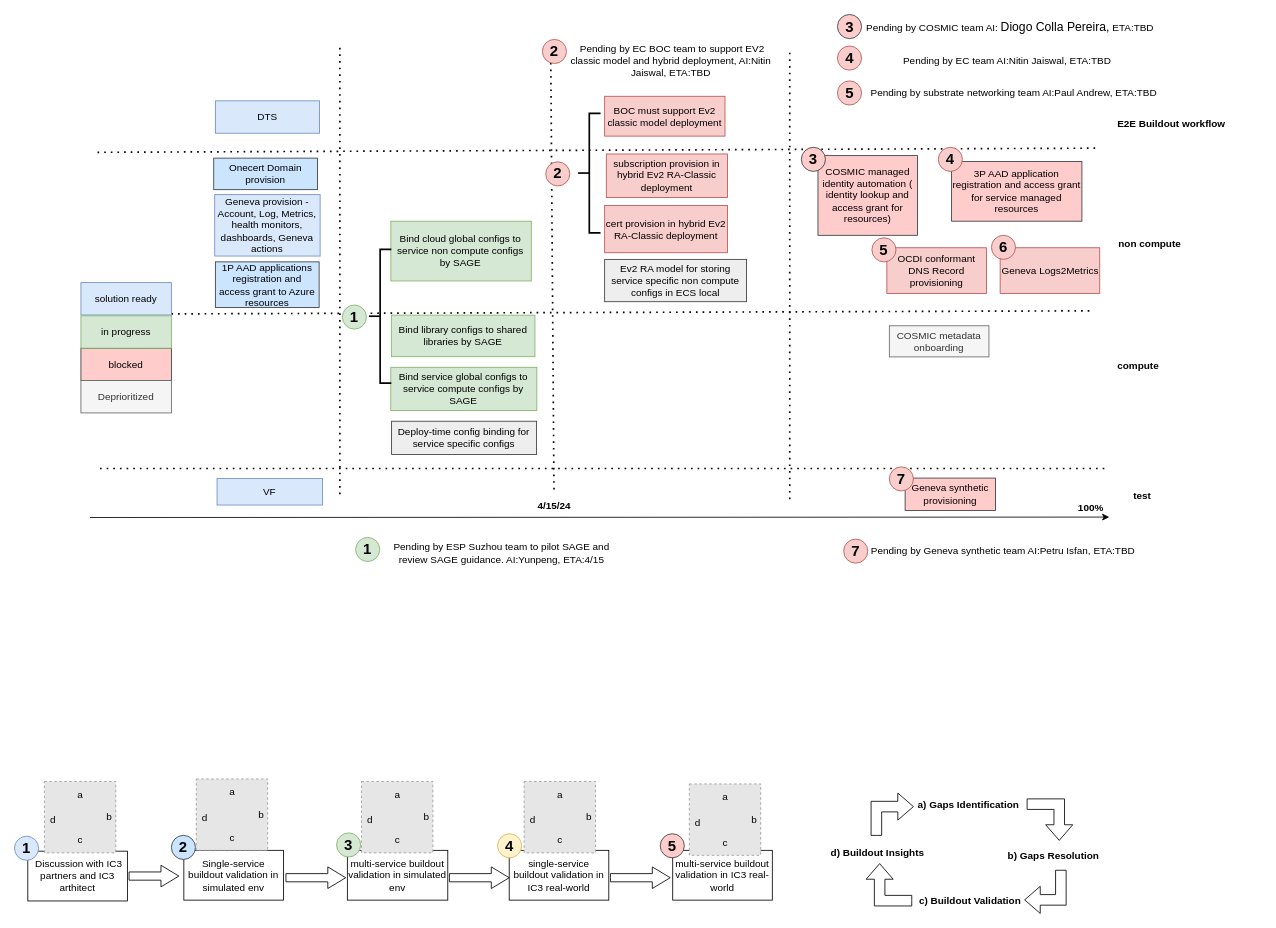
Above: page "automation status overview" (9 of 10) of buildout.drawio in nonly/timewheel (draw.io), before the change. Source tidied: cells renumbered, new cells numbered last; positions are measured from the earlier drawing's top-left corner, leaving out a move shared by most shapes. Both pictures are drawn from the tidied source at 83%, with x=0, y=0 at pixel (14, 14). Pictures stored in the file or linked from it are replaced by grey dashed boxes.
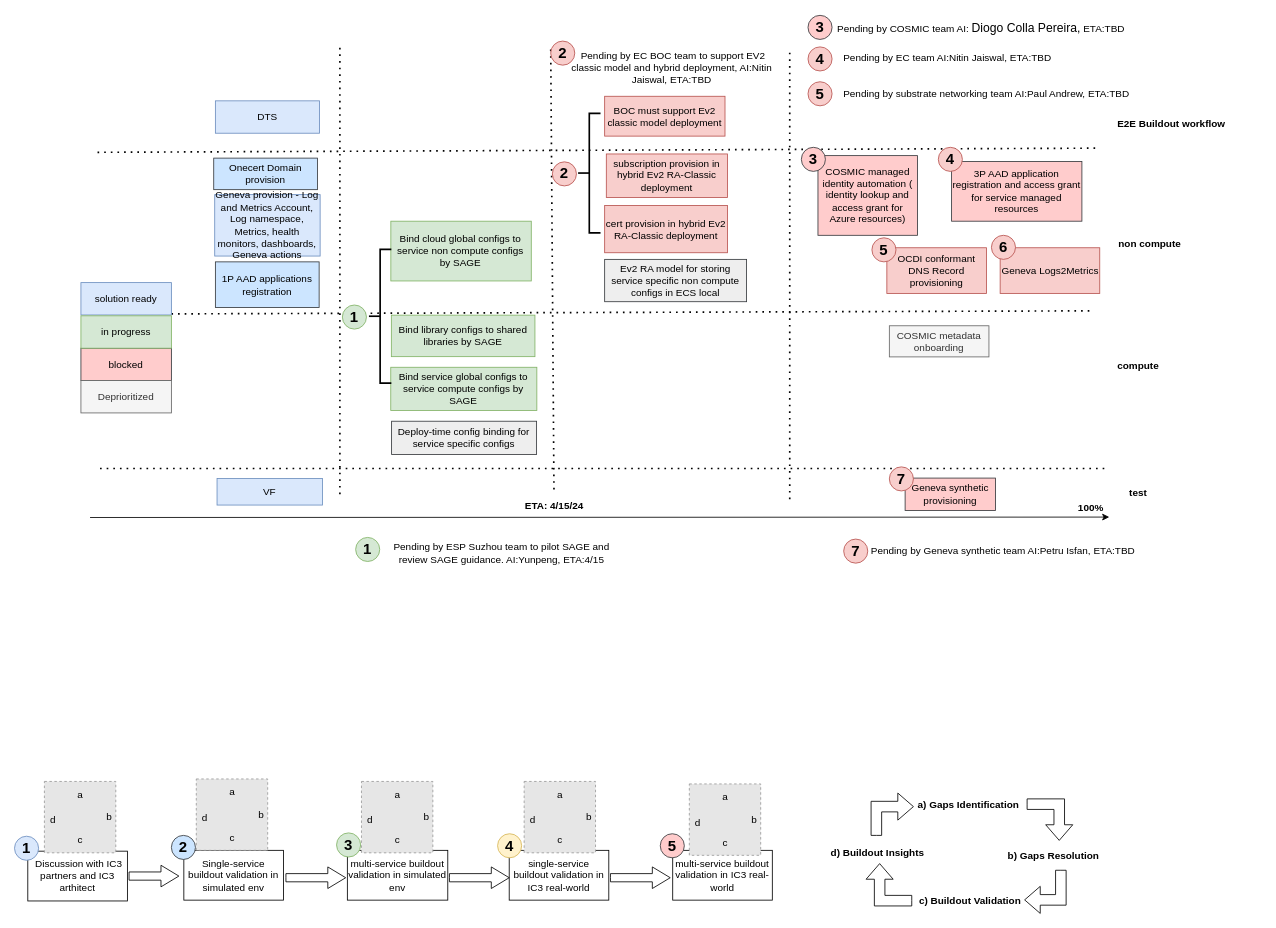
The same diagram, later.

What changed in the source:
```diff
@@
-    <mxCell id="5" value="Geneva provision - Account, Log, Metrics, health monitors, dashboards, Geneva actions" style="rounded=0;whiteSpace=wrap;html=1;fillColor=#dae8fc;strokeColor=#6c8ebf;" parent="1" vertex="1">
+    <mxCell id="5" value="Geneva provision - Log and Metrics Account, Log namespace, Metrics, health monitors, dashboards, Geneva actions" style="rounded=0;whiteSpace=wrap;html=1;fillColor=#dae8fc;strokeColor=#6c8ebf;" parent="1" vertex="1">
       <mxGeometry x="241.2" y="217" width="127" height="74" as="geometry" />
     </mxCell>
@@
-    <mxCell id="15" value="COSMIC managed identity automation ( identity lookup and access grant for resources)" style="rounded=0;whiteSpace=wrap;html=1;fillColor=#ffcccc;strokeColor=#36393d;" parent="1" vertex="1">
+    <mxCell id="15" value="COSMIC managed identity automation ( identity lookup and access grant for Azure resources)" style="rounded=0;whiteSpace=wrap;html=1;fillColor=#ffcccc;strokeColor=#36393d;" parent="1" vertex="1">
       <mxGeometry x="968" y="170" width="120" height="96" as="geometry" />
     </mxCell>
@@
     <mxCell id="26" value="&lt;font style=&quot;font-size: 12px;&quot;&gt;&lt;b&gt;test&lt;/b&gt;&lt;/font&gt;" style="text;html=1;align=center;verticalAlign=middle;whiteSpace=wrap;rounded=0;" parent="1" vertex="1">
-      <mxGeometry x="1251" y="564.5" width="216" height="30" as="geometry" />
+      <mxGeometry x="1246" y="561" width="216" height="30" as="geometry" />
     </mxCell>
@@
-    <mxCell id="36" value="&lt;font style=&quot;font-size: 12px;&quot;&gt;&lt;b&gt;4/15/24&lt;/b&gt;&lt;/font&gt;" style="text;html=1;align=center;verticalAlign=middle;whiteSpace=wrap;rounded=0;" parent="1" vertex="1">
+    <mxCell id="36" value="&lt;font style=&quot;font-size: 12px;&quot;&gt;&lt;b&gt;ETA: 4/15/24&lt;/b&gt;&lt;/font&gt;" style="text;html=1;align=center;verticalAlign=middle;whiteSpace=wrap;rounded=0;" parent="1" vertex="1">
       <mxGeometry x="579" y="577" width="143" height="30" as="geometry" />
     </mxCell>
@@
     <mxCell id="42" value="&lt;font size=&quot;1&quot; style=&quot;&quot;&gt;&lt;b style=&quot;font-size: 18px;&quot;&gt;2&lt;/b&gt;&lt;/font&gt;" style="ellipse;whiteSpace=wrap;html=1;strokeWidth=1;fillColor=#f8cecc;strokeColor=#b85450;" parent="1" vertex="1">
-      <mxGeometry x="640" y="177.5" width="29" height="29" as="geometry" />
+      <mxGeometry x="648" y="177.5" width="29" height="29" as="geometry" />
     </mxCell>
     <mxCell id="43" value="&amp;nbsp;Pending by EC BOC team to support EV2 classic model and hybrid deployment, AI:Nitin Jaiswal, ETA:TBD" style="text;html=1;align=center;verticalAlign=middle;whiteSpace=wrap;rounded=0;" parent="1" vertex="1">
-      <mxGeometry x="665" y="41" width="252" height="30" as="geometry" />
+      <mxGeometry x="666" y="49" width="252" height="30" as="geometry" />
     </mxCell>
     <mxCell id="44" value="&lt;font size=&quot;1&quot; style=&quot;&quot;&gt;&lt;b style=&quot;font-size: 18px;&quot;&gt;2&lt;/b&gt;&lt;/font&gt;" style="ellipse;whiteSpace=wrap;html=1;strokeWidth=1;fillColor=#f8cecc;strokeColor=#b85450;" parent="1" vertex="1">
-      <mxGeometry x="636" y="30" width="29" height="29" as="geometry" />
+      <mxGeometry x="646" y="32" width="29" height="29" as="geometry" />
     </mxCell>
@@
     <mxCell id="48" value="&amp;nbsp;Pending by COSMIC team AI:&amp;nbsp;&lt;span style=&quot;font-size: 11pt; font-family: Calibri, sans-serif;&quot;&gt;Diogo Colla Pereira,&lt;/span&gt;&amp;nbsp;ETA:TBD" style="text;html=1;align=center;verticalAlign=middle;whiteSpace=wrap;rounded=0;" parent="1" vertex="1">
-      <mxGeometry x="1018" width="359.5" height="30" as="geometry" />
+      <mxGeometry x="982.5" y="1" width="359.5" height="30" as="geometry" />
     </mxCell>
     <mxCell id="49" value="&lt;font size=&quot;1&quot; style=&quot;&quot;&gt;&lt;b style=&quot;font-size: 18px;&quot;&gt;3&lt;/b&gt;&lt;/font&gt;" style="ellipse;whiteSpace=wrap;html=1;strokeWidth=1;fillColor=#ffcccc;strokeColor=#36393d;" parent="1" vertex="1">
-      <mxGeometry x="991.5" width="29" height="29" as="geometry" />
+      <mxGeometry x="956" y="1" width="29" height="29" as="geometry" />
     </mxCell>
     <mxCell id="50" value="&lt;font style=&quot;font-size: 12px;&quot;&gt;&amp;nbsp;Pending by EC team AI:Nitin Jaiswal, ETA:TBD&lt;/font&gt;" style="text;html=1;align=center;verticalAlign=middle;whiteSpace=wrap;rounded=0;" parent="1" vertex="1">
-      <mxGeometry x="1004" y="41" width="381" height="30" as="geometry" />
+      <mxGeometry x="990.5" y="38" width="263" height="30" as="geometry" />
     </mxCell>
     <mxCell id="51" value="&lt;font size=&quot;1&quot; style=&quot;&quot;&gt;&lt;b style=&quot;font-size: 18px;&quot;&gt;4&lt;/b&gt;&lt;/font&gt;" style="ellipse;whiteSpace=wrap;html=1;strokeWidth=1;fillColor=#f8cecc;strokeColor=#b85450;" parent="1" vertex="1">
-      <mxGeometry x="991.5" y="38" width="29" height="29" as="geometry" />
+      <mxGeometry x="956" y="39" width="29" height="29" as="geometry" />
     </mxCell>
@@
     <mxCell id="53" value="&lt;font size=&quot;1&quot; style=&quot;&quot;&gt;&lt;b style=&quot;font-size: 18px;&quot;&gt;5&lt;/b&gt;&lt;/font&gt;" style="ellipse;whiteSpace=wrap;html=1;strokeWidth=1;fillColor=#f8cecc;strokeColor=#b85450;" parent="1" vertex="1">
-      <mxGeometry x="991.5" y="80" width="29" height="29" as="geometry" />
+      <mxGeometry x="956" y="81" width="29" height="29" as="geometry" />
     </mxCell>
@@
     <mxCell id="56" value="&lt;font style=&quot;font-size: 12px;&quot;&gt;&amp;nbsp;Pending by substrate networking team AI:Paul Andrew, ETA:TBD&lt;/font&gt;" style="text;html=1;align=center;verticalAlign=middle;whiteSpace=wrap;rounded=0;" parent="1" vertex="1">
-      <mxGeometry x="1012" y="80" width="381" height="30" as="geometry" />
+      <mxGeometry x="978.5" y="81" width="381" height="30" as="geometry" />
     </mxCell>
@@
-    <mxCell id="111" value="1P AAD applications registration and access grant to Azure resources" style="rounded=0;whiteSpace=wrap;html=1;fillColor=#cce5ff;strokeColor=#36393d;" parent="1" vertex="1">
+    <mxCell id="111" value="1P AAD applications registration" style="rounded=0;whiteSpace=wrap;html=1;fillColor=#cce5ff;strokeColor=#36393d;" parent="1" vertex="1">
       <mxGeometry x="242" y="298" width="125" height="55" as="geometry" />
     </mxCell>
```
